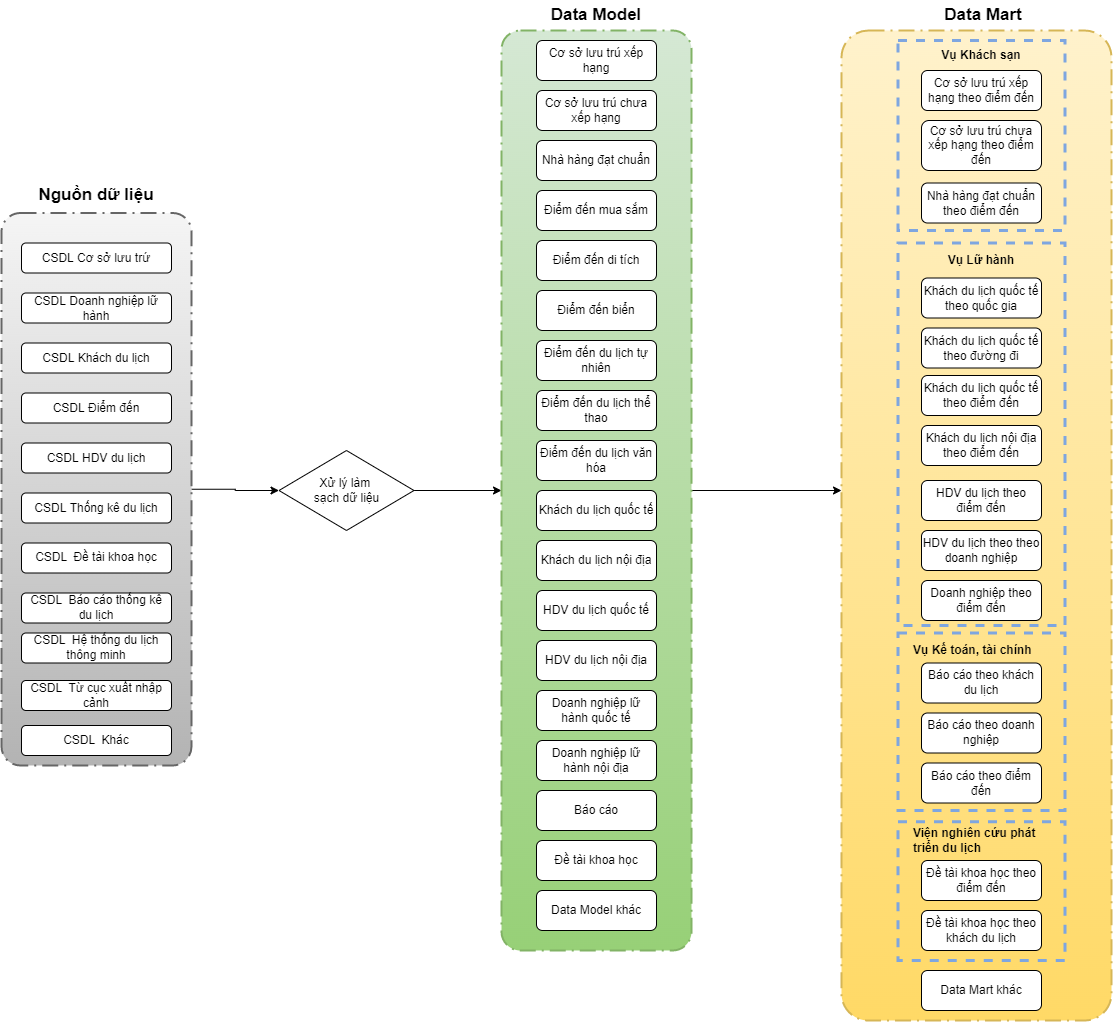
Before: tcdl-Page-4.drawio.png, a diagram exported from draw.io (letheanh12345/Draw-io). Source tidied: cells renumbered, new cells last; positions are measured from the earlier drawing's top-left corner, leaving out a move shared by most shapes.
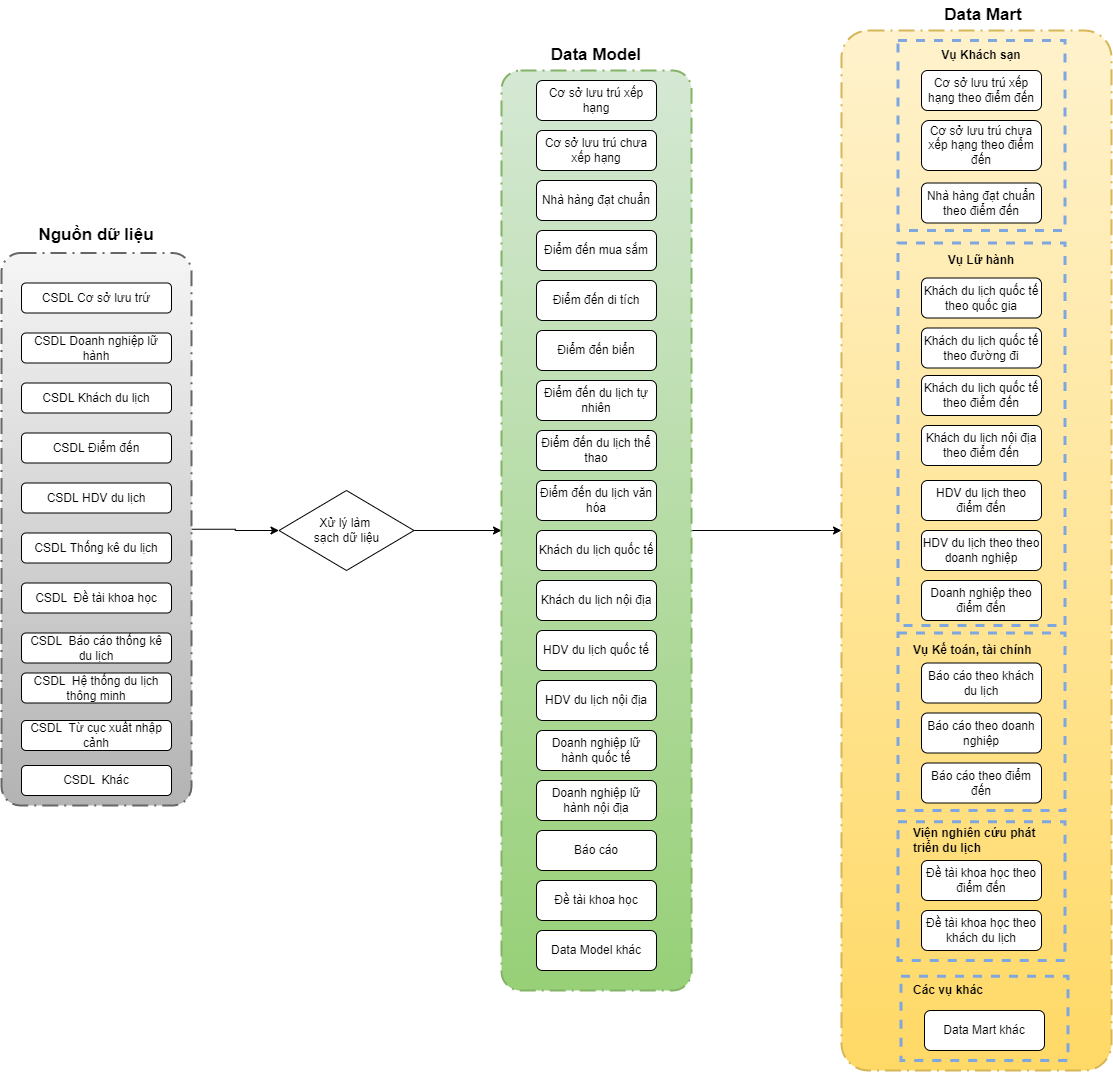
Later version of the same file.

Change to the diagram source:
```diff
@@ -107,55 +107,55 @@
       <mxGeometry x="510" width="170" height="30" as="geometry" />
     </mxCell>
     <mxCell id="36" style="rounded=1;arcSize=10;dashed=1;strokeColor=#d6b656;fillColor=#fff2cc;gradientColor=#ffd966;dashPattern=8 3 1 3;strokeWidth=2;fontStyle=1;fontSize=20;" parent="1" vertex="1">
-      <mxGeometry x="840" y="30" width="270" height="990" as="geometry" />
+      <mxGeometry x="840" y="-10" width="270" height="1040" as="geometry" />
     </mxCell>
     <mxCell id="37" value="Cơ sở lưu trú xếp hạng theo điểm đến" style="rounded=1;whiteSpace=wrap;html=1;" parent="1" vertex="1">
-      <mxGeometry x="920" y="70" width="120" height="40" as="geometry" />
+      <mxGeometry x="920" y="30" width="120" height="40" as="geometry" />
     </mxCell>
     <mxCell id="38" value="Cơ sở lưu trú chưa xếp hạng theo điểm đến" style="rounded=1;whiteSpace=wrap;html=1;" parent="1" vertex="1">
-      <mxGeometry x="920" y="120" width="120" height="50" as="geometry" />
+      <mxGeometry x="920" y="80" width="120" height="50" as="geometry" />
     </mxCell>
     <mxCell id="39" value="Nhà hàng đạt chuẩn theo điểm đến" style="rounded=1;whiteSpace=wrap;html=1;" parent="1" vertex="1">
-      <mxGeometry x="920" y="182.5" width="120" height="40" as="geometry" />
+      <mxGeometry x="920" y="142.5" width="120" height="40" as="geometry" />
     </mxCell>
     <mxCell id="40" value="Khách du lịch quốc tế theo điểm đến" style="rounded=1;whiteSpace=wrap;html=1;" parent="1" vertex="1">
-      <mxGeometry x="920" y="375" width="120" height="40" as="geometry" />
+      <mxGeometry x="920" y="335" width="120" height="40" as="geometry" />
     </mxCell>
     <mxCell id="41" value="Khách du lịch nội địa theo điểm đến" style="rounded=1;whiteSpace=wrap;html=1;" parent="1" vertex="1">
-      <mxGeometry x="920" y="425" width="120" height="40" as="geometry" />
+      <mxGeometry x="920" y="385" width="120" height="40" as="geometry" />
     </mxCell>
     <mxCell id="42" style="edgeStyle=orthogonalEdgeStyle;rounded=0;orthogonalLoop=1;jettySize=auto;html=1;exitX=0.5;exitY=1;exitDx=0;exitDy=0;" parent="1" edge="1" source="41" target="41">
       <mxGeometry relative="1" as="geometry" />
     </mxCell>
     <mxCell id="43" value="HDV du lịch theo điểm đến" style="rounded=1;whiteSpace=wrap;html=1;" parent="1" vertex="1">
-      <mxGeometry x="920" y="480" width="120" height="40" as="geometry" />
+      <mxGeometry x="920" y="440" width="120" height="40" as="geometry" />
     </mxCell>
     <mxCell id="44" value="HDV du lịch theo theo doanh nghiệp" style="rounded=1;whiteSpace=wrap;html=1;" parent="1" vertex="1">
-      <mxGeometry x="920" y="530" width="120" height="40" as="geometry" />
+      <mxGeometry x="920" y="490" width="120" height="40" as="geometry" />
     </mxCell>
     <mxCell id="45" value="Doanh nghiệp theo điểm đến" style="rounded=1;whiteSpace=wrap;html=1;" parent="1" vertex="1">
-      <mxGeometry x="920" y="580" width="120" height="40" as="geometry" />
+      <mxGeometry x="920" y="540" width="120" height="40" as="geometry" />
     </mxCell>
     <mxCell id="46" value="Báo cáo theo khách du lịch" style="rounded=1;whiteSpace=wrap;html=1;" parent="1" vertex="1">
-      <mxGeometry x="920" y="662.5" width="120" height="40" as="geometry" />
+      <mxGeometry x="920" y="622.5" width="120" height="40" as="geometry" />
     </mxCell>
     <mxCell id="47" value="Báo cáo theo doanh nghiệp" style="rounded=1;whiteSpace=wrap;html=1;" parent="1" vertex="1">
-      <mxGeometry x="920" y="712.5" width="120" height="40" as="geometry" />
+      <mxGeometry x="920" y="672.5" width="120" height="40" as="geometry" />
     </mxCell>
     <mxCell id="48" value="Báo cáo theo điểm đến" style="rounded=1;whiteSpace=wrap;html=1;" parent="1" vertex="1">
-      <mxGeometry x="920" y="762.5" width="120" height="40" as="geometry" />
+      <mxGeometry x="920" y="722.5" width="120" height="40" as="geometry" />
     </mxCell>
     <mxCell id="49" value="Đề tài khoa học theo điểm đến" style="rounded=1;whiteSpace=wrap;html=1;" parent="1" vertex="1">
-      <mxGeometry x="920" y="860" width="120" height="40" as="geometry" />
+      <mxGeometry x="920" y="820" width="120" height="40" as="geometry" />
     </mxCell>
     <mxCell id="50" value="Đề tài khoa học theo khách du lịch" style="rounded=1;whiteSpace=wrap;html=1;" parent="1" vertex="1">
-      <mxGeometry x="920" y="910" width="120" height="40" as="geometry" />
+      <mxGeometry x="920" y="870" width="120" height="40" as="geometry" />
     </mxCell>
     <mxCell id="51" value="Data Mart khác" style="rounded=1;whiteSpace=wrap;html=1;" parent="1" vertex="1">
-      <mxGeometry x="920" y="970" width="120" height="40" as="geometry" />
+      <mxGeometry x="923" y="970" width="120" height="40" as="geometry" />
     </mxCell>
     <mxCell id="52" value="&lt;b&gt;&lt;font style=&quot;font-size: 17px;&quot;&gt;Data Mart&lt;/font&gt;&lt;/b&gt;" style="text;html=1;strokeColor=none;fillColor=none;align=center;verticalAlign=middle;whiteSpace=wrap;rounded=0;" parent="1" vertex="1">
-      <mxGeometry x="896.5" width="170" height="30" as="geometry" />
+      <mxGeometry x="896.5" y="-40" width="170" height="30" as="geometry" />
     </mxCell>
     <mxCell id="53" value="CSDL&amp;nbsp; Từ cục xuất nhập cảnh" style="rounded=1;whiteSpace=wrap;html=1;" parent="1" vertex="1">
       <mxGeometry x="20" y="680" width="150" height="30" as="geometry" />
@@ -167,34 +167,40 @@
       <mxGeometry x="20" y="725" width="150" height="30" as="geometry" />
     </mxCell>
     <mxCell id="56" value="Khách du lịch quốc tế theo quốc gia" style="rounded=1;whiteSpace=wrap;html=1;" parent="1" vertex="1">
-      <mxGeometry x="920" y="277.5" width="120" height="40" as="geometry" />
+      <mxGeometry x="920" y="237.5" width="120" height="40" as="geometry" />
     </mxCell>
     <mxCell id="57" value="Khách du lịch quốc tế theo đường đi" style="rounded=1;whiteSpace=wrap;html=1;" parent="1" vertex="1">
-      <mxGeometry x="920" y="327.5" width="120" height="40" as="geometry" />
+      <mxGeometry x="920" y="287.5" width="120" height="40" as="geometry" />
     </mxCell>
     <mxCell id="58" style="rounded=0;whiteSpace=wrap;html=1;fontSize=20;fontColor=#9AC7BF;fillColor=none;strokeColor=#7EA6E0;strokeWidth=3;dashed=1;perimeterSpacing=3;" parent="1" vertex="1">
-      <mxGeometry x="896.5" y="40" width="167" height="190" as="geometry" />
+      <mxGeometry x="896.5" width="167" height="190" as="geometry" />
     </mxCell>
     <mxCell id="59" value="&lt;b&gt;Vụ Khách sạn&lt;/b&gt;" style="text;html=1;strokeColor=none;fillColor=none;align=center;verticalAlign=middle;whiteSpace=wrap;rounded=0;" parent="1" vertex="1">
-      <mxGeometry x="920" y="40" width="120" height="30" as="geometry" />
+      <mxGeometry x="920" width="120" height="30" as="geometry" />
     </mxCell>
     <mxCell id="60" style="rounded=0;whiteSpace=wrap;html=1;fontSize=20;fontColor=#9AC7BF;fillColor=none;strokeColor=#7EA6E0;strokeWidth=3;dashed=1;perimeterSpacing=3;" parent="1" vertex="1">
-      <mxGeometry x="896.5" y="242.5" width="167" height="382.5" as="geometry" />
+      <mxGeometry x="896.5" y="202.5" width="167" height="382.5" as="geometry" />
     </mxCell>
     <mxCell id="61" value="&lt;b&gt;Vụ Lữ hành&lt;/b&gt;" style="text;html=1;strokeColor=none;fillColor=none;align=center;verticalAlign=middle;whiteSpace=wrap;rounded=0;" parent="1" vertex="1">
-      <mxGeometry x="920" y="245" width="120" height="30" as="geometry" />
+      <mxGeometry x="920" y="205" width="120" height="30" as="geometry" />
     </mxCell>
     <mxCell id="62" style="rounded=0;whiteSpace=wrap;html=1;fontSize=20;fontColor=#9AC7BF;fillColor=none;strokeColor=#7EA6E0;strokeWidth=3;dashed=1;perimeterSpacing=3;" parent="1" vertex="1">
-      <mxGeometry x="896.5" y="632.5" width="167" height="177.5" as="geometry" />
+      <mxGeometry x="896.5" y="592.5" width="167" height="177.5" as="geometry" />
     </mxCell>
     <mxCell id="63" value="&lt;p&gt;&lt;b&gt;Vụ Kế toán, tài chính&lt;/b&gt;&lt;/p&gt;" style="text;html=1;strokeColor=none;fillColor=none;align=left;verticalAlign=middle;whiteSpace=wrap;rounded=0;" parent="1" vertex="1">
-      <mxGeometry x="910" y="640" width="140" height="20" as="geometry" />
+      <mxGeometry x="910" y="600" width="140" height="20" as="geometry" />
     </mxCell>
     <mxCell id="64" style="rounded=0;whiteSpace=wrap;html=1;fontSize=20;fontColor=#9AC7BF;fillColor=none;strokeColor=#7EA6E0;strokeWidth=3;dashed=1;perimeterSpacing=3;" parent="1" vertex="1">
-      <mxGeometry x="896.5" y="821.2" width="167" height="138.8" as="geometry" />
+      <mxGeometry x="896.5" y="781.2" width="167" height="138.8" as="geometry" />
     </mxCell>
     <mxCell id="65" value="&lt;p&gt;&lt;b&gt;Viện nghiên cứu phát triển du lịch&lt;/b&gt;&lt;/p&gt;" style="text;html=1;strokeColor=none;fillColor=none;align=left;verticalAlign=middle;whiteSpace=wrap;rounded=0;" parent="1" vertex="1">
-      <mxGeometry x="910" y="830" width="140" height="20" as="geometry" />
+      <mxGeometry x="910" y="790" width="140" height="20" as="geometry" />
     </mxCell>
+    <mxCell id="66" style="rounded=0;whiteSpace=wrap;html=1;fontSize=20;fontColor=#9AC7BF;fillColor=none;strokeColor=#7EA6E0;strokeWidth=3;dashed=1;perimeterSpacing=3;" parent="1" vertex="1">
+      <mxGeometry x="899.5" y="935.6" width="167" height="84.4" as="geometry" />
+    </mxCell>
+    <mxCell id="67" value="&lt;p&gt;&lt;b&gt;Các vụ khác&lt;/b&gt;&lt;/p&gt;" style="text;html=1;strokeColor=none;fillColor=none;align=left;verticalAlign=middle;whiteSpace=wrap;rounded=0;" parent="1" vertex="1">
+      <mxGeometry x="910" y="940" width="140" height="20" as="geometry" />
+    </mxCell>
   </root>
 </mxGraphModel>
```
